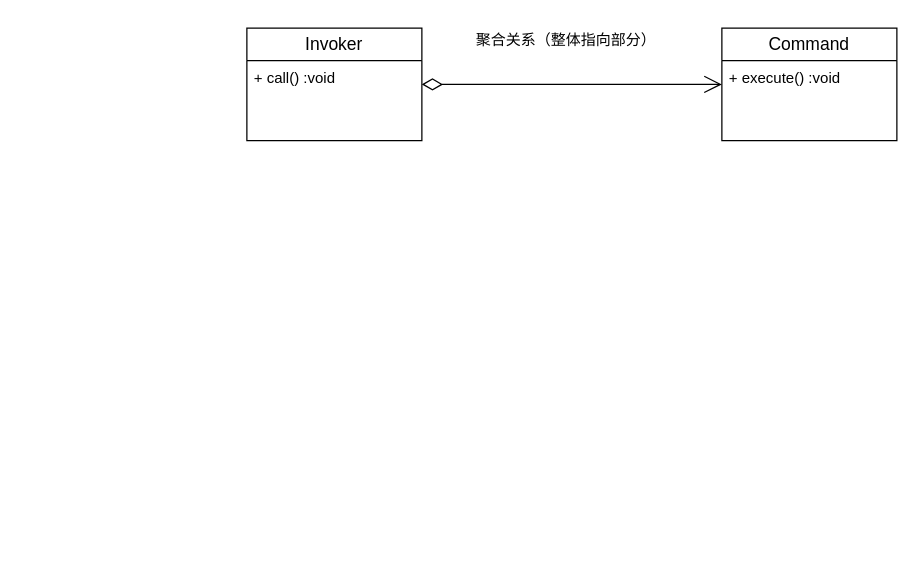
ChengziMao/diagrams keeps this draw.io diagram as 命令模式.drawio. Above is the earlier version. Source tidied: cells renumbered, new cells numbered last; positions are measured from the earlier drawing's top-left corner, leaving out a move shared by most shapes. Both pictures are drawn from the tidied source at 125%, with x=0, y=0 at pixel (246, 21).
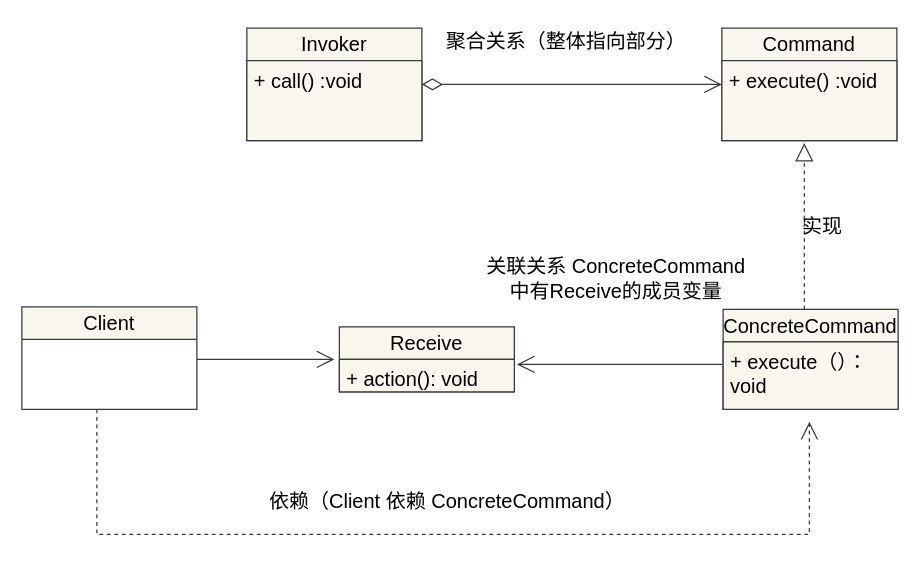
Above is the later version.

Commit message (it also covers changes not shown here):
更新命令模式.drawio

Change to the diagram source:
```diff
@@
-    <mxCell id="2" value="&lt;font style=&quot;vertical-align: inherit;&quot; class=&quot;notranslate fyzs-translate-target fyzs-translate-target-wrapper&quot;&gt;&lt;font style=&quot;vertical-align: inherit;&quot; class=&quot;notranslate fyzs-translate-target fyzs-translate-target-box&quot;&gt;&lt;font style=&quot;vertical-align: inherit;&quot; title=&quot;j&quot; class=&quot;notranslate fyzs-translate-target fyzs-translate-target-text&quot;&gt;聚合关系（整体指向部分）&lt;/font&gt;&lt;/font&gt;&lt;/font&gt;" style="text;html=1;align=center;verticalAlign=middle;strokeColor=none;fillColor=none;" parent="1" vertex="1">
-      <mxGeometry x="170" width="170" height="30" as="geometry" />
+    <mxCell id="2" value="&lt;font style=&quot;vertical-align: inherit;&quot; class=&quot;notranslate fyzs-translate-target fyzs-translate-target-wrapper&quot;&gt;&lt;font style=&quot;vertical-align: inherit;&quot; class=&quot;notranslate fyzs-translate-target fyzs-translate-target-box&quot;&gt;&lt;font style=&quot;vertical-align: inherit;&quot; title=&quot;j&quot; class=&quot;notranslate fyzs-translate-target fyzs-translate-target-text&quot;&gt;聚合关系（整体指向部分）&lt;/font&gt;&lt;/font&gt;&lt;/font&gt;" style="text;html=1;align=center;verticalAlign=middle;fontSize=16;" parent="1" vertex="1">
+      <mxGeometry x="145" width="220" height="30" as="geometry" />
     </mxCell>
-    <mxCell id="3" value="&lt;span style=&quot;font-size: 14px;&quot;&gt;&lt;font style=&quot;vertical-align: inherit;&quot; class=&quot;notranslate fyzs-translate-target fyzs-translate-target-wrapper&quot;&gt;&lt;font style=&quot;vertical-align: inherit;&quot; class=&quot;notranslate fyzs-translate-target fyzs-translate-target-box&quot;&gt;&lt;font style=&quot;vertical-align: inherit;&quot; title=&quot;Invoker&quot; class=&quot;notranslate fyzs-translate-target fyzs-translate-target-text&quot;&gt;Invoker&lt;/font&gt;&lt;/font&gt;&lt;/font&gt;&lt;/span&gt;" style="swimlane;fontStyle=0;horizontal=1;startSize=26;fillColor=none;whiteSpace=wrap;html=1;" parent="1" vertex="1">
+    <mxCell id="3" value="&lt;span&gt;&lt;font style=&quot;vertical-align: inherit;&quot; class=&quot;notranslate fyzs-translate-target fyzs-translate-target-wrapper&quot;&gt;&lt;font style=&quot;vertical-align: inherit;&quot; class=&quot;notranslate fyzs-translate-target fyzs-translate-target-box&quot;&gt;&lt;font style=&quot;vertical-align: inherit;&quot; title=&quot;Invoker&quot; class=&quot;notranslate fyzs-translate-target fyzs-translate-target-text&quot;&gt;Invoker&lt;/font&gt;&lt;/font&gt;&lt;/font&gt;&lt;/span&gt;" style="swimlane;fontStyle=0;horizontal=1;startSize=26;fillColor=#f9f7ed;whiteSpace=wrap;html=1;strokeColor=#36393d;fontSize=16;" parent="1" vertex="1">
       <mxGeometry y="5" width="140" height="90" as="geometry" />
     </mxCell>
-    <mxCell id="4" value="&lt;font style=&quot;vertical-align: inherit;&quot; class=&quot;notranslate fyzs-translate-target fyzs-translate-target-wrapper&quot;&gt;&lt;font style=&quot;vertical-align: inherit;&quot; class=&quot;notranslate fyzs-translate-target fyzs-translate-target-box&quot;&gt;&lt;font style=&quot;vertical-align: inherit;&quot; title=&quot;+&quot; class=&quot;notranslate fyzs-translate-target fyzs-translate-target-text&quot;&gt;+ call() :void&lt;/font&gt;&lt;/font&gt;&lt;/font&gt;" style="text;strokeColor=none;fillColor=none;align=left;verticalAlign=top;spacingLeft=4;spacingRight=4;overflow=hidden;whiteSpace=wrap;html=1;" parent="3" vertex="1">
+    <mxCell id="4" value="&lt;font style=&quot;vertical-align: inherit;&quot; class=&quot;notranslate fyzs-translate-target fyzs-translate-target-wrapper&quot;&gt;&lt;font style=&quot;vertical-align: inherit;&quot; class=&quot;notranslate fyzs-translate-target fyzs-translate-target-box&quot;&gt;&lt;font style=&quot;vertical-align: inherit;&quot; title=&quot;+&quot; class=&quot;notranslate fyzs-translate-target fyzs-translate-target-text&quot;&gt;+ call() :void&lt;/font&gt;&lt;/font&gt;&lt;/font&gt;" style="text;strokeColor=#36393d;fillColor=#f9f7ed;align=left;verticalAlign=top;spacingLeft=4;spacingRight=4;overflow=hidden;whiteSpace=wrap;html=1;fontSize=16;" parent="3" vertex="1">
       <mxGeometry y="26" width="140" height="64" as="geometry" />
     </mxCell>
-    <mxCell id="5" style="endArrow=open;html=1;endSize=12;startArrow=diamondThin;startSize=14;startFill=0;edgeStyle=orthogonalEdgeStyle;align=left;verticalAlign=bottom;rounded=0;" parent="1" edge="1">
+    <mxCell id="5" style="endArrow=open;html=1;endSize=12;startArrow=diamondThin;startSize=14;startFill=0;edgeStyle=orthogonalEdgeStyle;align=left;verticalAlign=bottom;rounded=0;fillColor=#f9f7ed;strokeColor=#36393d;fontSize=16;" parent="1" edge="1">
       <mxGeometry x="-1" y="3" relative="1" as="geometry">
         <mxPoint x="140" y="50" as="sourcePoint" />
         <mxPoint x="380" y="50" as="targetPoint" />
       </mxGeometry>
     </mxCell>
-    <mxCell id="6" value="&lt;span style=&quot;font-size: 14px;&quot;&gt;&lt;font style=&quot;vertical-align: inherit;&quot; class=&quot;notranslate fyzs-translate-target fyzs-translate-target-wrapper&quot;&gt;&lt;font style=&quot;vertical-align: inherit;&quot; class=&quot;notranslate fyzs-translate-target fyzs-translate-target-box&quot;&gt;&lt;font style=&quot;vertical-align: inherit;&quot; title=&quot;Invoker&quot; class=&quot;notranslate fyzs-translate-target fyzs-translate-target-text&quot;&gt;Command&lt;/font&gt;&lt;/font&gt;&lt;/font&gt;&lt;/span&gt;" style="swimlane;fontStyle=0;horizontal=1;startSize=26;fillColor=none;whiteSpace=wrap;html=1;" parent="1" vertex="1">
+    <mxCell id="6" value="&lt;span&gt;&lt;font style=&quot;vertical-align: inherit;&quot; class=&quot;notranslate fyzs-translate-target fyzs-translate-target-wrapper&quot;&gt;&lt;font style=&quot;vertical-align: inherit;&quot; class=&quot;notranslate fyzs-translate-target fyzs-translate-target-box&quot;&gt;&lt;font style=&quot;vertical-align: inherit;&quot; title=&quot;Invoker&quot; class=&quot;notranslate fyzs-translate-target fyzs-translate-target-text&quot;&gt;Command&lt;/font&gt;&lt;/font&gt;&lt;/font&gt;&lt;/span&gt;" style="swimlane;fontStyle=0;horizontal=1;startSize=26;fillColor=#f9f7ed;whiteSpace=wrap;html=1;strokeColor=#36393d;fontSize=16;" parent="1" vertex="1">
       <mxGeometry x="380" y="5" width="140" height="90" as="geometry" />
     </mxCell>
-    <mxCell id="7" value="&lt;font style=&quot;vertical-align: inherit;&quot; class=&quot;notranslate fyzs-translate-target fyzs-translate-target-wrapper&quot;&gt;&lt;font style=&quot;vertical-align: inherit;&quot; class=&quot;notranslate fyzs-translate-target fyzs-translate-target-box&quot;&gt;&lt;font style=&quot;vertical-align: inherit;&quot; title=&quot;+&quot; class=&quot;notranslate fyzs-translate-target fyzs-translate-target-text&quot;&gt;+ execute() :void&lt;/font&gt;&lt;/font&gt;&lt;/font&gt;" style="text;strokeColor=none;fillColor=none;align=left;verticalAlign=top;spacingLeft=4;spacingRight=4;overflow=hidden;points=[[0,0.5],[1,0.5]];portConstraint=eastwest;whiteSpace=wrap;html=1;" parent="6" vertex="1">
+    <mxCell id="7" value="&lt;font style=&quot;vertical-align: inherit;&quot; class=&quot;notranslate fyzs-translate-target fyzs-translate-target-wrapper&quot;&gt;&lt;font style=&quot;vertical-align: inherit;&quot; class=&quot;notranslate fyzs-translate-target fyzs-translate-target-box&quot;&gt;&lt;font style=&quot;vertical-align: inherit;&quot; title=&quot;+&quot; class=&quot;notranslate fyzs-translate-target fyzs-translate-target-text&quot;&gt;+ execute() :void&lt;/font&gt;&lt;/font&gt;&lt;/font&gt;" style="text;strokeColor=#36393d;fillColor=#f9f7ed;align=left;verticalAlign=top;spacingLeft=4;spacingRight=4;overflow=hidden;points=[[0,0.5],[1,0.5]];portConstraint=eastwest;whiteSpace=wrap;html=1;fontSize=16;" parent="6" vertex="1">
       <mxGeometry y="26" width="140" height="64" as="geometry" />
     </mxCell>
+    <mxCell id="8" value="&lt;font style=&quot;vertical-align: inherit;&quot; class=&quot;notranslate fyzs-translate-target fyzs-translate-target-wrapper&quot;&gt;&lt;font style=&quot;vertical-align: inherit;&quot; class=&quot;notranslate fyzs-translate-target fyzs-translate-target-box&quot;&gt;&lt;font style=&quot;vertical-align: inherit;&quot; title=&quot;Classname&quot; class=&quot;notranslate fyzs-translate-target fyzs-translate-target-text&quot;&gt;ConcreteCommand&lt;/font&gt;&lt;/font&gt;&lt;/font&gt;" style="swimlane;fontStyle=0;horizontal=1;startSize=26;fillColor=#f9f7ed;whiteSpace=wrap;html=1;strokeColor=#36393d;fontSize=16;" parent="1" vertex="1">
+      <mxGeometry x="381" y="230" width="140" height="80" as="geometry" />
+    </mxCell>
+    <mxCell id="9" value="&lt;font style=&quot;vertical-align: inherit;&quot; class=&quot;notranslate fyzs-translate-target fyzs-translate-target-wrapper&quot;&gt;&lt;font style=&quot;vertical-align: inherit;&quot; class=&quot;notranslate fyzs-translate-target fyzs-translate-target-box&quot;&gt;&lt;font style=&quot;vertical-align: inherit;&quot; title=&quot;+ execute() :void&quot; class=&quot;notranslate fyzs-translate-target fyzs-translate-target-text&quot;&gt;+ execute（）：void&lt;/font&gt;&lt;/font&gt;&lt;/font&gt;" style="text;strokeColor=#36393d;fillColor=#f9f7ed;align=left;verticalAlign=top;spacingLeft=4;spacingRight=4;overflow=hidden;points=[[0,0.5],[1,0.5]];portConstraint=eastwest;whiteSpace=wrap;html=1;fontSize=16;" parent="8" vertex="1">
+      <mxGeometry y="26" width="140" height="54" as="geometry" />
+    </mxCell>
+    <mxCell id="10" style="endArrow=block;dashed=1;endFill=0;endSize=12;html=1;rounded=0;entryX=0.471;entryY=1.031;entryDx=0;entryDy=0;entryPerimeter=0;exitX=0.464;exitY=0;exitDx=0;exitDy=0;exitPerimeter=0;fillColor=#f9f7ed;strokeColor=#36393d;fontSize=16;" parent="1" edge="1" source="8" target="7">
+      <mxGeometry relative="1" as="geometry" />
+    </mxCell>
+    <mxCell id="11" value="&lt;font style=&quot;vertical-align: inherit;&quot; class=&quot;notranslate fyzs-translate-target fyzs-translate-target-wrapper&quot;&gt;&lt;font style=&quot;vertical-align: inherit;&quot; class=&quot;notranslate fyzs-translate-target fyzs-translate-target-box&quot;&gt;&lt;font style=&quot;vertical-align: inherit;&quot; title=&quot;s&quot; class=&quot;notranslate fyzs-translate-target fyzs-translate-target-text&quot;&gt;实现&lt;/font&gt;&lt;/font&gt;&lt;/font&gt;" style="text;html=1;align=center;verticalAlign=middle;fontSize=16;" parent="1" vertex="1">
+      <mxGeometry x="430" y="148" width="60" height="30" as="geometry" />
+    </mxCell>
+    <mxCell id="12" value="&lt;font style=&quot;vertical-align: inherit;&quot; class=&quot;notranslate fyzs-translate-target fyzs-translate-target-wrapper&quot;&gt;&lt;font style=&quot;vertical-align: inherit;&quot; class=&quot;notranslate fyzs-translate-target fyzs-translate-target-box&quot;&gt;&lt;font style=&quot;vertical-align: inherit;&quot; title=&quot;Classname&quot; class=&quot;notranslate fyzs-translate-target fyzs-translate-target-text&quot;&gt;Receive&lt;/font&gt;&lt;/font&gt;&lt;/font&gt;" style="swimlane;fontStyle=0;horizontal=1;startSize=26;fillColor=#f9f7ed;whiteSpace=wrap;html=1;strokeColor=#36393d;fontSize=16;" parent="1" vertex="1">
+      <mxGeometry x="74" y="244" width="140" height="52" as="geometry" />
+    </mxCell>
+    <mxCell id="13" value="&lt;font style=&quot;vertical-align: inherit;&quot; class=&quot;notranslate fyzs-translate-target fyzs-translate-target-wrapper&quot;&gt;&lt;font style=&quot;vertical-align: inherit;&quot; class=&quot;notranslate fyzs-translate-target fyzs-translate-target-box&quot;&gt;&lt;font style=&quot;vertical-align: inherit;&quot; title=&quot;+ field: type&quot; class=&quot;notranslate fyzs-translate-target fyzs-translate-target-text&quot;&gt;+ action(): void&lt;/font&gt;&lt;/font&gt;&lt;/font&gt;" style="text;strokeColor=#36393d;fillColor=#f9f7ed;align=left;verticalAlign=top;spacingLeft=4;spacingRight=4;overflow=hidden;whiteSpace=wrap;html=1;fontSize=16;" parent="12" vertex="1">
+      <mxGeometry y="26" width="140" height="26" as="geometry" />
+    </mxCell>
+    <mxCell id="14" style="endArrow=open;endFill=1;endSize=12;html=1;rounded=0;entryX=1.007;entryY=0.808;entryDx=0;entryDy=0;entryPerimeter=0;exitX=-0.007;exitY=0.333;exitDx=0;exitDy=0;exitPerimeter=0;fillColor=#f9f7ed;strokeColor=#36393d;fontSize=16;" parent="1" edge="1" source="9">
+      <mxGeometry relative="1" as="geometry">
+        <mxPoint x="216" y="274" as="targetPoint" />
+      </mxGeometry>
+    </mxCell>
+    <mxCell id="15" value="&lt;font style=&quot;vertical-align: inherit;&quot; class=&quot;notranslate fyzs-translate-target fyzs-translate-target-wrapper&quot;&gt;&lt;font style=&quot;vertical-align: inherit;&quot; class=&quot;notranslate fyzs-translate-target fyzs-translate-target-box&quot;&gt;&lt;font style=&quot;vertical-align: inherit;&quot; title=&quot;g&quot; class=&quot;notranslate fyzs-translate-target fyzs-translate-target-text&quot;&gt;关联关系 ConcreteCommand&lt;/font&gt;&lt;/font&gt;&lt;/font&gt;&lt;div&gt;&lt;font style=&quot;vertical-align: inherit;&quot; class=&quot;notranslate fyzs-translate-target fyzs-translate-target-wrapper&quot;&gt;&lt;font style=&quot;vertical-align: inherit;&quot; class=&quot;notranslate fyzs-translate-target fyzs-translate-target-box&quot;&gt;&lt;font style=&quot;vertical-align: inherit;&quot; title=&quot;z&quot; class=&quot;notranslate fyzs-translate-target fyzs-translate-target-text&quot;&gt;中有Receive的成员变量&lt;/font&gt;&lt;/font&gt;&lt;/font&gt;&lt;/div&gt;" style="text;html=1;align=center;verticalAlign=middle;fontSize=16;" parent="1" vertex="1">
+      <mxGeometry x="180" y="180" width="230" height="50" as="geometry" />
+    </mxCell>
+    <mxCell id="16" value="&lt;font style=&quot;vertical-align: inherit;&quot; class=&quot;notranslate fyzs-translate-target fyzs-translate-target-wrapper&quot;&gt;&lt;font style=&quot;vertical-align: inherit;&quot; class=&quot;notranslate fyzs-translate-target fyzs-translate-target-box&quot;&gt;&lt;font style=&quot;vertical-align: inherit;&quot; title=&quot;Classname&quot; class=&quot;notranslate fyzs-translate-target fyzs-translate-target-text&quot;&gt;Client&lt;/font&gt;&lt;/font&gt;&lt;/font&gt;" style="swimlane;fontStyle=0;horizontal=1;startSize=26;fillColor=#f9f7ed;whiteSpace=wrap;html=1;strokeColor=#36393d;fontSize=16;" parent="1" vertex="1">
+      <mxGeometry x="-180" y="228" width="140" height="82" as="geometry" />
+    </mxCell>
+    <mxCell id="17" style="endArrow=open;endFill=1;endSize=12;html=1;rounded=0;fillColor=#f9f7ed;strokeColor=#36393d;fontSize=16;" parent="1" edge="1">
+      <mxGeometry relative="1" as="geometry">
+        <mxPoint x="-40" y="270" as="sourcePoint" />
+        <mxPoint x="70" y="270" as="targetPoint" />
+      </mxGeometry>
+    </mxCell>
+    <mxCell id="18" style="endArrow=open;endSize=12;dashed=1;html=1;rounded=0;entryX=0.493;entryY=1.185;entryDx=0;entryDy=0;entryPerimeter=0;fillColor=#f9f7ed;strokeColor=#36393d;fontSize=16;" parent="1" edge="1" target="9">
+      <mxGeometry relative="1" as="geometry">
+        <mxPoint x="-120" y="310" as="sourcePoint" />
+        <Array as="points">
+          <mxPoint x="-120" y="410" />
+          <mxPoint x="450" y="410" />
+        </Array>
+      </mxGeometry>
+    </mxCell>
+    <mxCell id="19" value="&lt;font style=&quot;vertical-align: inherit;&quot; class=&quot;notranslate fyzs-translate-target fyzs-translate-target-wrapper&quot;&gt;&lt;font style=&quot;vertical-align: inherit;&quot; class=&quot;notranslate fyzs-translate-target fyzs-translate-target-box&quot;&gt;&lt;font style=&quot;vertical-align: inherit;&quot; title=&quot;Text&quot; class=&quot;notranslate fyzs-translate-target fyzs-translate-target-text&quot;&gt;依赖（Client 依赖 ConcreteCommand）&lt;/font&gt;&lt;/font&gt;&lt;/font&gt;" style="text;html=1;align=center;verticalAlign=middle;strokeColor=none;fillColor=none;fontSize=16;" parent="1" vertex="1">
+      <mxGeometry x="5" y="368" width="310" height="30" as="geometry" />
+    </mxCell>
```
